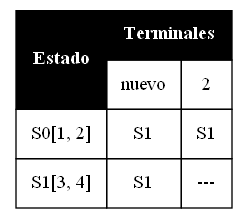
The Graphviz diagram build/classes/GRAFICAS/TRANSICIONES_202107190/Tabla_transiciones_EXPreg.png in Cris1928/Proyecto1_OLC1_1S2023, before a commit. Its source is kept beside it as build/classes/GRAFICAS/TRANSICIONES_202107190/Tabla_transiciones_EXPreg.dot. The source it was exported from:
```dot
digraph G {
N_1[shape=none label = <
<TABLE border="0" cellspacing="0" cellpadding="10" style="collapse">
<TR >
<TD rowspan="2" colspan="1" border="1" bgcolor="black"><b><font color="White">Estado</font></b></TD>
<TD colspan="50" border="1" bgcolor="black"><b><font color="White">Terminales</font></b></TD>
</TR>
<TR>
<TD border="1">nuevo</TD>
<TD border="1">2</TD>
</TR>
<TR>
<TD border="1">S0[1, 2]</TD>
<TD border="1">S1</TD>
<TD border="1">S1</TD>
</TR>
<TR>
<TD border="1">S1[3, 4]</TD>
<TD border="1">S1</TD>
<TD border="1">---</TD>
</TR>
</TABLE>>];}
```
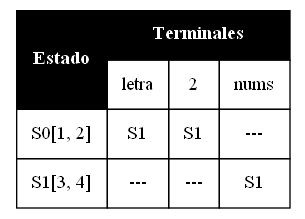
Above is the later version.

The edit, as a diff of the source:
```diff
@@ -6,17 +6,20 @@
 <TD colspan="50" border="1" bgcolor="black"><b><font color="White">Terminales</font></b></TD>
 </TR>
 <TR>
-<TD border="1">nuevo</TD>
+<TD border="1">letra</TD>
 <TD border="1">2</TD>
+<TD border="1">nums</TD>
 </TR>
 <TR>
 <TD border="1">S0[1, 2]</TD>
 <TD border="1">S1</TD>
 <TD border="1">S1</TD>
+<TD border="1">---</TD>
 </TR>
 <TR>
 <TD border="1">S1[3, 4]</TD>
+<TD border="1">---</TD>
+<TD border="1">---</TD>
 <TD border="1">S1</TD>
-<TD border="1">---</TD>
 </TR>
 </TABLE>>];}
```
